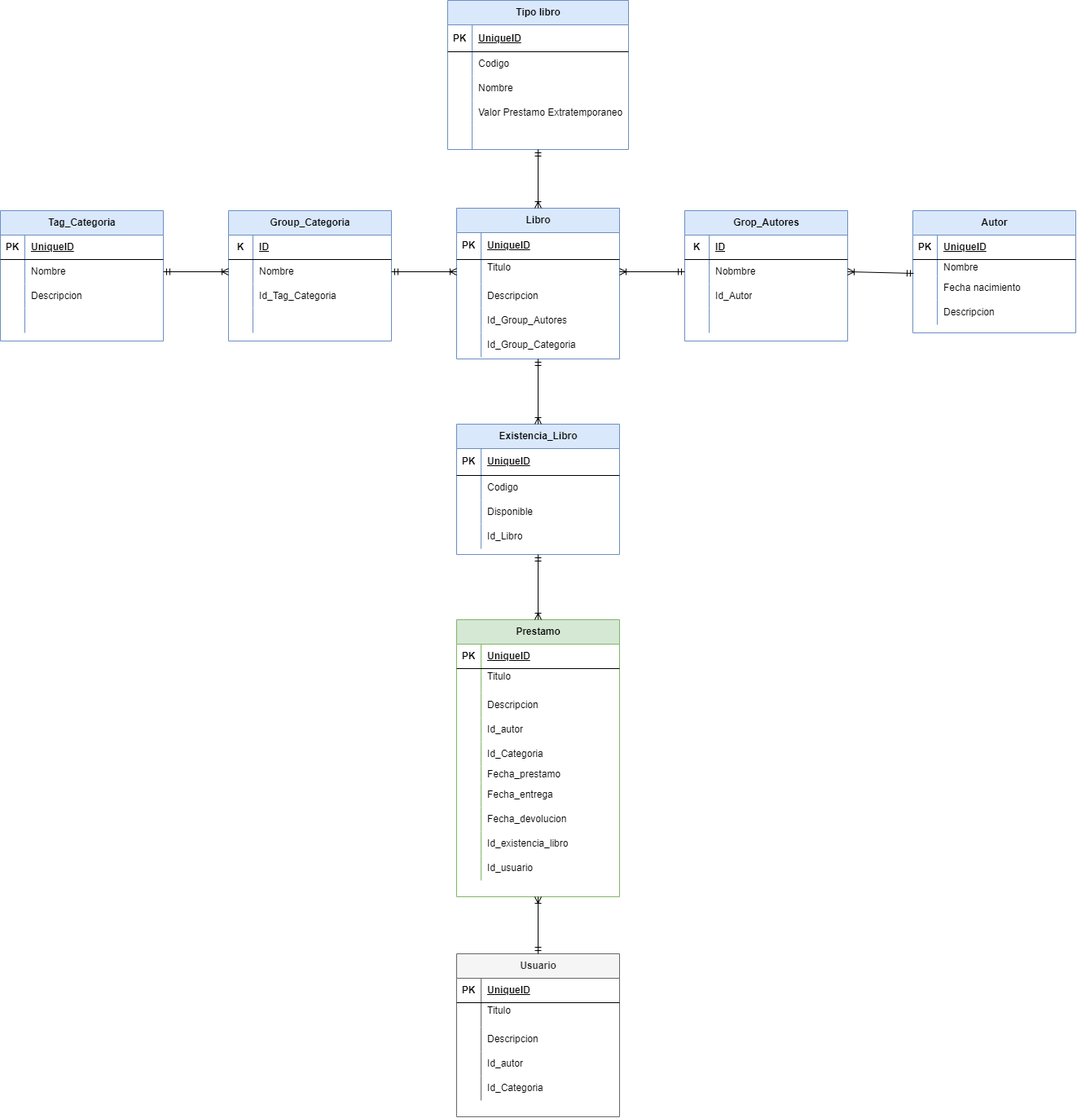
The draw.io diagram Vista de datos.png in MuelitasVil/FastApi-Api-Restaurante, before a commit. Source tidied: cells renumbered, new cells last; positions are measured from the earlier drawing's top-left corner, leaving out a move shared by most shapes.
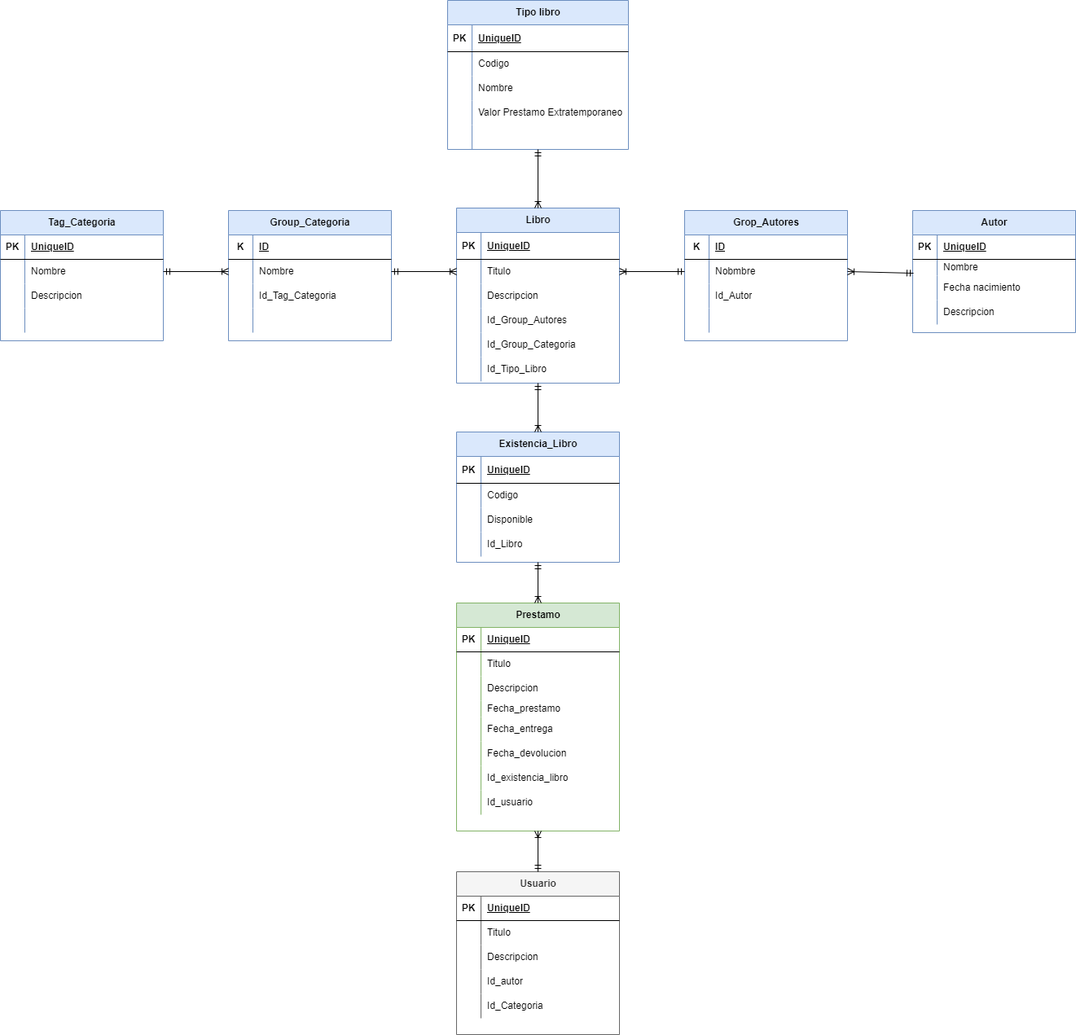
The same diagram one commit later.

What changed in the source:
```diff
@@ -3,7 +3,7 @@
     <mxCell id="0" />
     <mxCell id="1" parent="0" />
     <mxCell id="2" value="Libro" style="shape=table;startSize=30;rowLines=0;fontStyle=1;align=center;html=1;fillColor=#dae8fc;strokeColor=#6c8ebf;" parent="1" vertex="1">
-      <mxGeometry x="560" y="255" width="200" height="185" as="geometry" />
+      <mxGeometry x="560" y="255" width="200" height="215" as="geometry" />
     </mxCell>
     <mxCell id="3" style="shape=tableRow;horizontal=0;startSize=0;swimlaneHead=0;swimlaneBody=0;fillColor=none;top=0;left=0;right=0;bottom=1;" parent="2" vertex="1">
       <mxGeometry y="30" width="200" height="33" as="geometry" />
@@ -20,7 +20,7 @@
     <mxCell id="7" style="shape=partialRectangle;fillColor=none;top=0;left=0;bottom=0;right=0;overflow=hidden;whiteSpace=wrap;html=1;" parent="6" vertex="1">
       <mxGeometry width="30" height="30" as="geometry" />
     </mxCell>
-    <mxCell id="8" value="Titulo&lt;div&gt;&lt;br&gt;&lt;/div&gt;" style="shape=partialRectangle;fillColor=none;top=0;left=0;bottom=0;right=0;align=left;spacingLeft=6;overflow=hidden;whiteSpace=wrap;html=1;" parent="6" vertex="1">
+    <mxCell id="8" value="Titulo" style="shape=partialRectangle;fillColor=none;top=0;left=0;bottom=0;right=0;align=left;spacingLeft=6;overflow=hidden;whiteSpace=wrap;html=1;" parent="6" vertex="1">
       <mxGeometry x="30" width="170" height="30" as="geometry" />
     </mxCell>
     <mxCell id="9" style="shape=tableRow;horizontal=0;startSize=0;swimlaneHead=0;swimlaneBody=0;fillColor=none;top=0;left=0;right=0;bottom=0;" parent="2" vertex="1">
@@ -50,6 +50,15 @@
     <mxCell id="17" value="Id_&lt;span style=&quot;text-align: center; text-wrap: nowrap;&quot;&gt;Group_Categoria&lt;/span&gt;" style="shape=partialRectangle;fillColor=none;top=0;left=0;bottom=0;right=0;align=left;spacingLeft=6;overflow=hidden;whiteSpace=wrap;html=1;" parent="15" vertex="1">
       <mxGeometry x="30" width="170" height="30" as="geometry" />
     </mxCell>
+    <mxCell id="154" style="shape=tableRow;horizontal=0;startSize=0;swimlaneHead=0;swimlaneBody=0;fillColor=none;top=0;left=0;right=0;bottom=0;" parent="2" vertex="1">
+      <mxGeometry y="183" width="200" height="30" as="geometry" />
+    </mxCell>
+    <mxCell id="155" style="shape=partialRectangle;fillColor=none;top=0;left=0;bottom=0;right=0;overflow=hidden;whiteSpace=wrap;html=1;" parent="154" vertex="1">
+      <mxGeometry width="30" height="30" as="geometry" />
+    </mxCell>
+    <mxCell id="156" value="&lt;div style=&quot;text-align: center;&quot;&gt;&lt;span style=&quot;background-color: initial;&quot;&gt;Id_&lt;span style=&quot;text-wrap: nowrap;&quot;&gt;Tipo_Libro&lt;/span&gt;&lt;/span&gt;&lt;/div&gt;" style="shape=partialRectangle;fillColor=none;top=0;left=0;bottom=0;right=0;align=left;spacingLeft=6;overflow=hidden;whiteSpace=wrap;html=1;" parent="154" vertex="1">
+      <mxGeometry x="30" width="170" height="30" as="geometry" />
+    </mxCell>
     <mxCell id="18" value="Tag_Categoria" style="shape=table;startSize=30;rowLines=0;fontStyle=1;align=center;html=1;fillColor=#dae8fc;strokeColor=#6c8ebf;" parent="1" vertex="1">
       <mxGeometry y="258" width="200" height="160" as="geometry" />
     </mxCell>
@@ -207,7 +216,7 @@
       <mxGeometry x="30" width="170" height="30" as="geometry" />
     </mxCell>
     <mxCell id="70" value="Prestamo" style="shape=table;startSize=30;rowLines=0;fontStyle=1;align=center;html=1;fillColor=#d5e8d4;strokeColor=#82b366;" parent="1" vertex="1">
-      <mxGeometry x="560" y="760" width="200" height="340" as="geometry" />
+      <mxGeometry x="560" y="740" width="200" height="280" as="geometry" />
     </mxCell>
     <mxCell id="71" style="shape=tableRow;horizontal=0;startSize=0;swimlaneHead=0;swimlaneBody=0;fillColor=none;top=0;left=0;right=0;bottom=1;" parent="70" vertex="1">
       <mxGeometry y="30" width="200" height="30" as="geometry" />
@@ -224,7 +233,7 @@
     <mxCell id="75" style="shape=partialRectangle;fillColor=none;top=0;left=0;bottom=0;right=0;overflow=hidden;whiteSpace=wrap;html=1;" parent="74" vertex="1">
       <mxGeometry width="30" height="30" as="geometry" />
     </mxCell>
-    <mxCell id="76" value="Titulo&lt;div&gt;&lt;br&gt;&lt;/div&gt;" style="shape=partialRectangle;fillColor=none;top=0;left=0;bottom=0;right=0;align=left;spacingLeft=6;overflow=hidden;whiteSpace=wrap;html=1;" parent="74" vertex="1">
+    <mxCell id="76" value="Titulo" style="shape=partialRectangle;fillColor=none;top=0;left=0;bottom=0;right=0;align=left;spacingLeft=6;overflow=hidden;whiteSpace=wrap;html=1;" parent="74" vertex="1">
       <mxGeometry x="30" width="170" height="30" as="geometry" />
     </mxCell>
     <mxCell id="77" style="shape=tableRow;horizontal=0;startSize=0;swimlaneHead=0;swimlaneBody=0;fillColor=none;top=0;left=0;right=0;bottom=0;" parent="70" vertex="1">
@@ -236,26 +245,8 @@
     <mxCell id="79" value="Descripcion" style="shape=partialRectangle;fillColor=none;top=0;left=0;bottom=0;right=0;align=left;spacingLeft=6;overflow=hidden;whiteSpace=wrap;html=1;" parent="77" vertex="1">
       <mxGeometry x="30" width="170" height="30" as="geometry" />
     </mxCell>
-    <mxCell id="80" style="shape=tableRow;horizontal=0;startSize=0;swimlaneHead=0;swimlaneBody=0;fillColor=none;top=0;left=0;right=0;bottom=0;" parent="70" vertex="1">
-      <mxGeometry y="120" width="200" height="30" as="geometry" />
-    </mxCell>
-    <mxCell id="81" style="shape=partialRectangle;fillColor=none;top=0;left=0;bottom=0;right=0;overflow=hidden;whiteSpace=wrap;html=1;" parent="80" vertex="1">
-      <mxGeometry width="30" height="30" as="geometry" />
-    </mxCell>
-    <mxCell id="82" value="Id_autor" style="shape=partialRectangle;fillColor=none;top=0;left=0;bottom=0;right=0;align=left;spacingLeft=6;overflow=hidden;whiteSpace=wrap;html=1;" parent="80" vertex="1">
-      <mxGeometry x="30" width="170" height="30" as="geometry" />
-    </mxCell>
-    <mxCell id="83" style="shape=tableRow;horizontal=0;startSize=0;swimlaneHead=0;swimlaneBody=0;fillColor=none;top=0;left=0;right=0;bottom=0;" parent="70" vertex="1">
-      <mxGeometry y="150" width="200" height="30" as="geometry" />
-    </mxCell>
-    <mxCell id="84" style="shape=partialRectangle;fillColor=none;top=0;left=0;bottom=0;right=0;overflow=hidden;whiteSpace=wrap;html=1;" parent="83" vertex="1">
-      <mxGeometry width="30" height="30" as="geometry" />
-    </mxCell>
-    <mxCell id="85" value="Id_Categoria" style="shape=partialRectangle;fillColor=none;top=0;left=0;bottom=0;right=0;align=left;spacingLeft=6;overflow=hidden;whiteSpace=wrap;html=1;" parent="83" vertex="1">
-      <mxGeometry x="30" width="170" height="30" as="geometry" />
-    </mxCell>
     <mxCell id="86" style="shape=tableRow;horizontal=0;startSize=0;swimlaneHead=0;swimlaneBody=0;fillColor=none;top=0;left=0;right=0;bottom=0;" parent="70" vertex="1">
-      <mxGeometry y="180" width="200" height="20" as="geometry" />
+      <mxGeometry y="120" width="200" height="20" as="geometry" />
     </mxCell>
     <mxCell id="87" style="shape=partialRectangle;fillColor=none;top=0;left=0;bottom=0;right=0;overflow=hidden;whiteSpace=wrap;html=1;" parent="86" vertex="1">
       <mxGeometry width="30" height="20" as="geometry" />
@@ -264,7 +255,7 @@
       <mxGeometry x="30" width="170" height="20" as="geometry" />
     </mxCell>
     <mxCell id="89" style="shape=tableRow;horizontal=0;startSize=0;swimlaneHead=0;swimlaneBody=0;fillColor=none;top=0;left=0;right=0;bottom=0;" parent="70" vertex="1">
-      <mxGeometry y="200" width="200" height="30" as="geometry" />
+      <mxGeometry y="140" width="200" height="30" as="geometry" />
     </mxCell>
     <mxCell id="90" style="shape=partialRectangle;fillColor=none;top=0;left=0;bottom=0;right=0;overflow=hidden;whiteSpace=wrap;html=1;" parent="89" vertex="1">
       <mxGeometry width="30" height="30" as="geometry" />
@@ -273,7 +264,7 @@
       <mxGeometry x="30" width="170" height="30" as="geometry" />
     </mxCell>
     <mxCell id="92" style="shape=tableRow;horizontal=0;startSize=0;swimlaneHead=0;swimlaneBody=0;fillColor=none;top=0;left=0;right=0;bottom=0;" parent="70" vertex="1">
-      <mxGeometry y="230" width="200" height="30" as="geometry" />
+      <mxGeometry y="170" width="200" height="30" as="geometry" />
     </mxCell>
     <mxCell id="93" style="shape=partialRectangle;fillColor=none;top=0;left=0;bottom=0;right=0;overflow=hidden;whiteSpace=wrap;html=1;" parent="92" vertex="1">
       <mxGeometry width="30" height="30" as="geometry" />
@@ -282,7 +273,7 @@
       <mxGeometry x="30" width="170" height="30" as="geometry" />
     </mxCell>
     <mxCell id="95" style="shape=tableRow;horizontal=0;startSize=0;swimlaneHead=0;swimlaneBody=0;fillColor=none;top=0;left=0;right=0;bottom=0;" parent="70" vertex="1">
-      <mxGeometry y="260" width="200" height="30" as="geometry" />
+      <mxGeometry y="200" width="200" height="30" as="geometry" />
     </mxCell>
     <mxCell id="96" style="shape=partialRectangle;fillColor=none;top=0;left=0;bottom=0;right=0;overflow=hidden;whiteSpace=wrap;html=1;" parent="95" vertex="1">
       <mxGeometry width="30" height="30" as="geometry" />
@@ -291,7 +282,7 @@
       <mxGeometry x="30" width="170" height="30" as="geometry" />
     </mxCell>
     <mxCell id="98" style="shape=tableRow;horizontal=0;startSize=0;swimlaneHead=0;swimlaneBody=0;fillColor=none;top=0;left=0;right=0;bottom=0;" parent="70" vertex="1">
-      <mxGeometry y="290" width="200" height="30" as="geometry" />
+      <mxGeometry y="230" width="200" height="30" as="geometry" />
     </mxCell>
     <mxCell id="99" style="shape=partialRectangle;fillColor=none;top=0;left=0;bottom=0;right=0;overflow=hidden;whiteSpace=wrap;html=1;" parent="98" vertex="1">
       <mxGeometry width="30" height="30" as="geometry" />
@@ -300,7 +291,7 @@
       <mxGeometry x="30" width="170" height="30" as="geometry" />
     </mxCell>
     <mxCell id="101" value="Usuario" style="shape=table;startSize=30;rowLines=0;fontStyle=1;align=center;html=1;fillColor=#f5f5f5;fontColor=#333333;strokeColor=#666666;" parent="1" vertex="1">
-      <mxGeometry x="560" y="1170" width="200" height="200" as="geometry" />
+      <mxGeometry x="560" y="1070" width="200" height="200" as="geometry" />
     </mxCell>
     <mxCell id="102" style="shape=tableRow;horizontal=0;startSize=0;swimlaneHead=0;swimlaneBody=0;fillColor=none;top=0;left=0;right=0;bottom=1;" parent="101" vertex="1">
       <mxGeometry y="30" width="200" height="30" as="geometry" />
@@ -317,7 +308,7 @@
     <mxCell id="106" style="shape=partialRectangle;fillColor=none;top=0;left=0;bottom=0;right=0;overflow=hidden;whiteSpace=wrap;html=1;" parent="105" vertex="1">
       <mxGeometry width="30" height="30" as="geometry" />
     </mxCell>
-    <mxCell id="107" value="Titulo&lt;div&gt;&lt;br&gt;&lt;/div&gt;" style="shape=partialRectangle;fillColor=none;top=0;left=0;bottom=0;right=0;align=left;spacingLeft=6;overflow=hidden;whiteSpace=wrap;html=1;" parent="105" vertex="1">
+    <mxCell id="107" value="Titulo" style="shape=partialRectangle;fillColor=none;top=0;left=0;bottom=0;right=0;align=left;spacingLeft=6;overflow=hidden;whiteSpace=wrap;html=1;" parent="105" vertex="1">
       <mxGeometry x="30" width="170" height="30" as="geometry" />
     </mxCell>
     <mxCell id="108" style="shape=tableRow;horizontal=0;startSize=0;swimlaneHead=0;swimlaneBody=0;fillColor=none;top=0;left=0;right=0;bottom=0;" parent="101" vertex="1">
@@ -414,7 +405,7 @@
       <mxGeometry relative="1" as="geometry" />
     </mxCell>
     <mxCell id="139" value="Existencia_Libro" style="shape=table;startSize=30;rowLines=0;fontStyle=1;align=center;html=1;fillColor=#dae8fc;strokeColor=#6c8ebf;" parent="1" vertex="1">
-      <mxGeometry x="560" y="520" width="200" height="160" as="geometry" />
+      <mxGeometry x="560" y="530" width="200" height="160" as="geometry" />
     </mxCell>
     <mxCell id="140" style="shape=tableRow;horizontal=0;startSize=0;swimlaneHead=0;swimlaneBody=0;fillColor=none;top=0;left=0;right=0;bottom=1;" parent="139" vertex="1">
       <mxGeometry y="30" width="200" height="33" as="geometry" />
```
